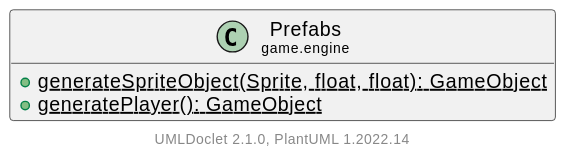
The PlantUML diagram doc/javadoc/game/engine/Prefabs.svg in Hirschiii/JavaGameEngine, before a commit.
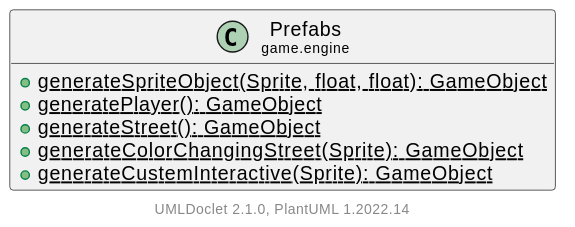
Above is the later version.

What changed in the source:
```diff
@@ -6,6 +6,9 @@
     class "<size:14>Prefabs\n<size:10>game.engine" as game.engine.Prefabs [[Prefabs.html]] {
         {static} +generateSpriteObject(Sprite, float, float): GameObject
         {static} +generatePlayer(): GameObject
+        {static} +generateStreet(): GameObject
+        {static} +generateColorChangingStreet(Sprite): GameObject
+        {static} +generateCustemInteractive(Sprite): GameObject
     }
 
     center footer UMLDoclet 2.1.0, PlantUML %version()
```
